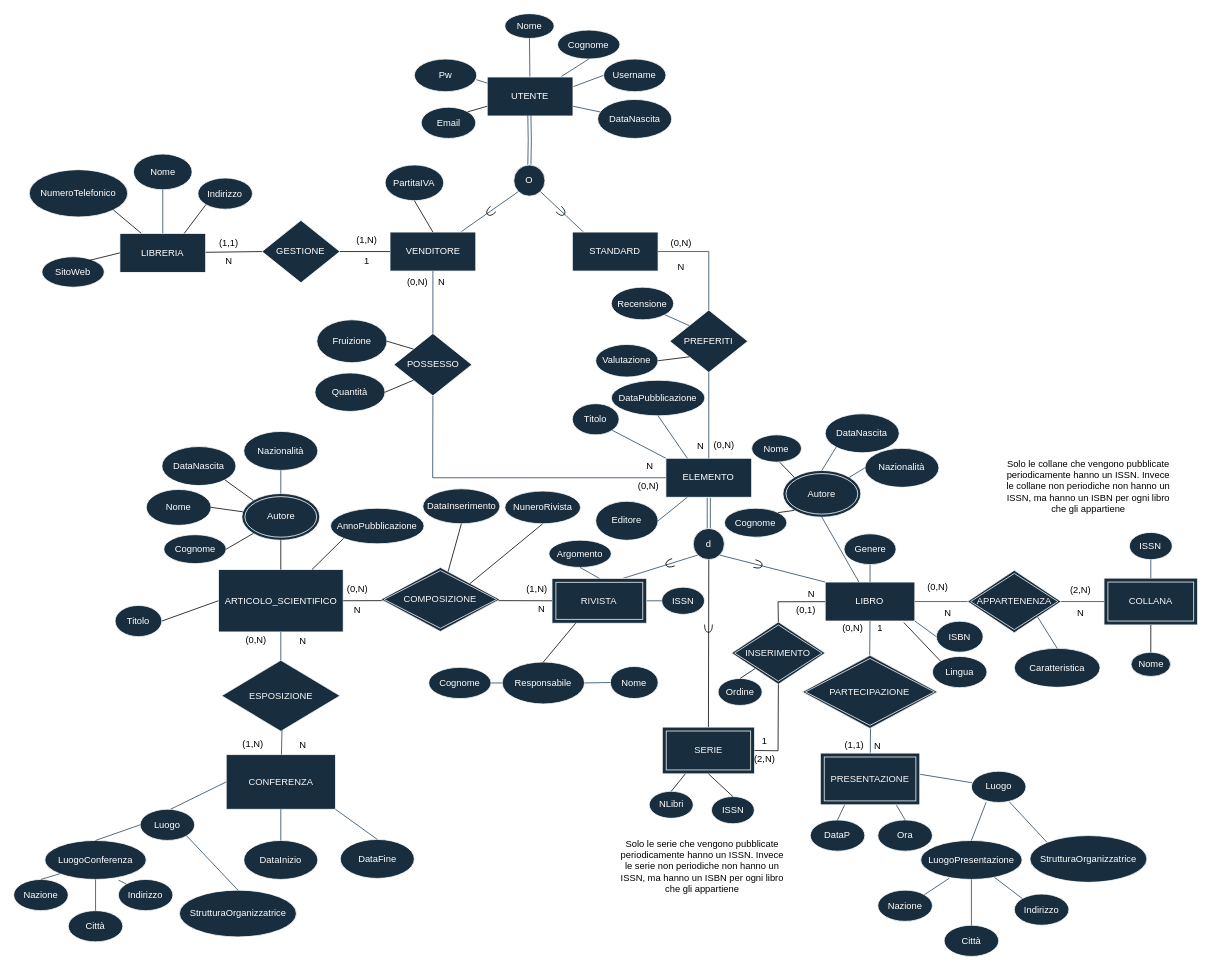
Earlier version of the draw.io diagram DiagrammaER v1.3.1.drawio (Giovk/Sistema-di-una-Bibleoteca-Digitale). Source tidied: cells renumbered, new cells numbered last; positions are measured from the earlier drawing's top-left corner, leaving out a move shared by most shapes. Both pictures are drawn from the tidied source at 78%, with x=0, y=0 at pixel (13, 13).
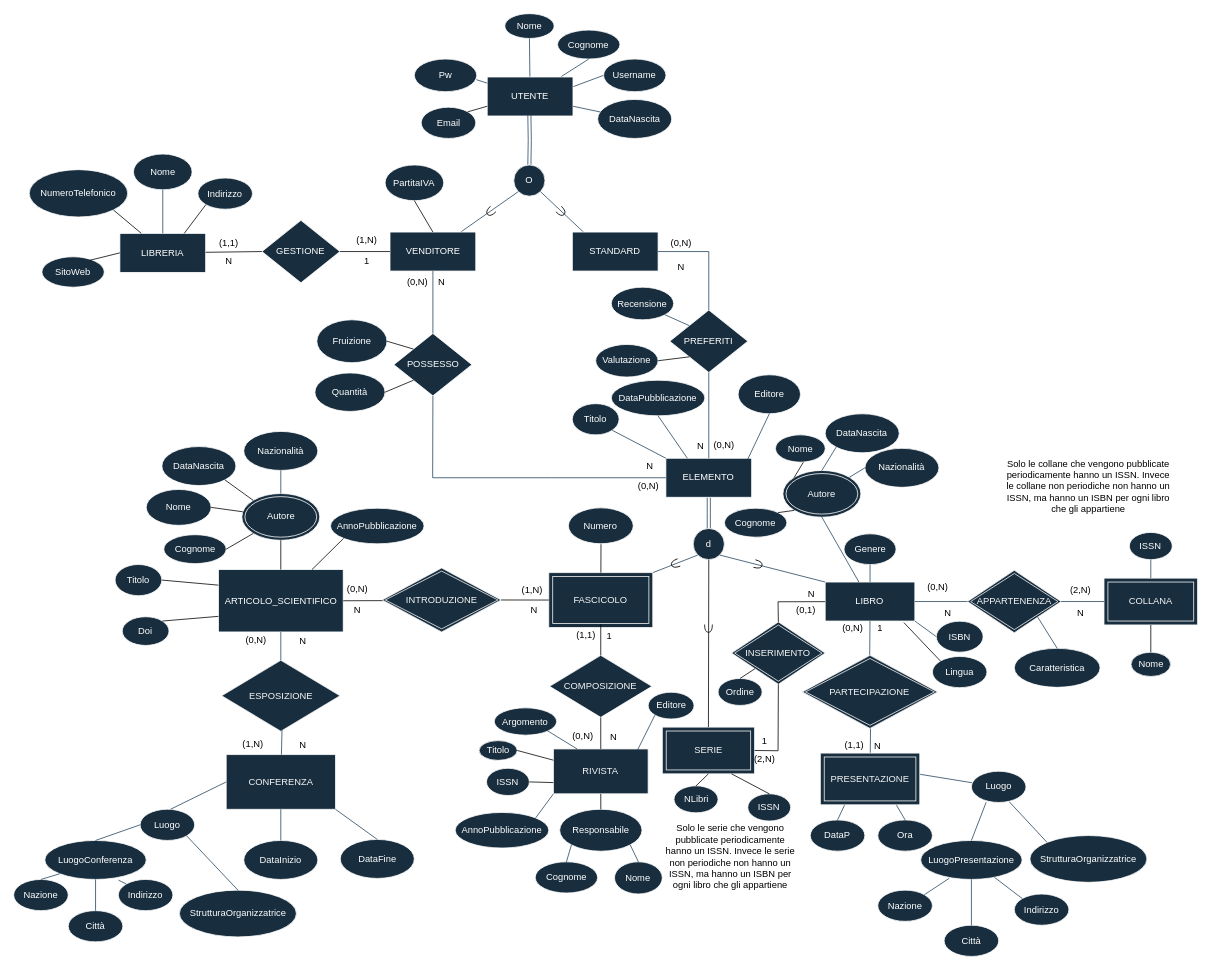
Above is the later version.

Unchanged cells that the change refers to:
```xml
<mxCell id="3" value="ELEMENTO" style="rounded=0;whiteSpace=wrap;html=1;fillColor=#182E3E;strokeColor=#FFFFFF;fontColor=#FFFFFF;" parent="1" vertex="1">
  <mxGeometry x="836.2" y="570" width="110" height="50" as="geometry" />
</mxCell>
<mxCell id="4" value="ARTICOLO_SCIENTIFICO" style="rounded=0;whiteSpace=wrap;html=1;fillColor=#182E3E;strokeColor=#FFFFFF;fontColor=#FFFFFF;" parent="1" vertex="1">
  <mxGeometry x="262.5" y="712.7" width="160" height="80" as="geometry" />
</mxCell>
<mxCell id="29" value="d" style="ellipse;whiteSpace=wrap;html=1;fillColor=#182E3E;strokeColor=#FFFFFF;fontColor=#FFFFFF;" parent="1" vertex="1">
  <mxGeometry x="871.2" y="660" width="40" height="40" as="geometry" />
</mxCell>
<mxCell id="99" value="POSSESSO" style="rhombus;whiteSpace=wrap;html=1;fillColor=#182E3E;strokeColor=#FFFFFF;fontColor=#FFFFFF;" parent="1" vertex="1">
  <mxGeometry x="487.5" y="410" width="100" height="80" as="geometry" />
</mxCell>
<mxCell id="103" value="(0,N)" style="text;html=1;strokeColor=none;fillColor=none;align=center;verticalAlign=middle;whiteSpace=wrap;rounded=0;fontColor=#000000;" parent="1" vertex="1">
  <mxGeometry x="881.2" y="518.6" width="60" height="70" as="geometry" />
</mxCell>
<mxCell id="157" value="SERIE" style="shape=ext;margin=3;double=1;whiteSpace=wrap;html=1;align=center;fillStyle=auto;strokeColor=#F5F5F5;fontColor=#F5F5F5;fillColor=#182E3E;" parent="1" vertex="1">
  <mxGeometry x="831.6" y="914.7" width="118.3" height="59.9" as="geometry" />
</mxCell>
```

The edit, as a diff of the source:
```diff
@@
     <mxCell id="16" value="Editore" style="ellipse;whiteSpace=wrap;html=1;fillColor=#182E3E;strokeColor=#FFFFFF;fontColor=#FFFFFF;" parent="1" vertex="1">
-      <mxGeometry x="746.2" y="625.2" width="80" height="50" as="geometry" />
+      <mxGeometry x="928.8" y="463" width="80" height="50" as="geometry" />
     </mxCell>
-    <mxCell id="17" style="endArrow=none;html=1;rounded=0;exitX=1;exitY=0.5;exitDx=0;exitDy=0;entryX=0.25;entryY=1;entryDx=0;entryDy=0;labelBackgroundColor=#FCE7CD;strokeColor=#23445D;" parent="1" edge="1" source="16" target="3">
+    <mxCell id="17" style="endArrow=none;html=1;rounded=0;exitX=0.5;exitY=1;exitDx=0;exitDy=0;entryX=1;entryY=0.75;entryDx=0;entryDy=0;labelBackgroundColor=#FCE7CD;strokeColor=#23445D;" parent="1" edge="1" source="16" target="103">
       <mxGeometry relative="1" as="geometry" />
     </mxCell>
@@
-    <mxCell id="31" style="endArrow=none;html=1;rounded=0;entryX=0;entryY=1;entryDx=0;entryDy=0;labelBackgroundColor=#FCE7CD;strokeColor=#23445D;exitX=0.75;exitY=0;exitDx=0;exitDy=0;" parent="1" edge="1" source="52" target="29">
+    <mxCell id="31" style="endArrow=none;html=1;rounded=0;entryX=0;entryY=1;entryDx=0;entryDy=0;labelBackgroundColor=#FCE7CD;strokeColor=#23445D;exitX=1;exitY=0;exitDx=0;exitDy=0;" parent="1" edge="1" source="210" target="29">
       <mxGeometry relative="1" as="geometry" />
     </mxCell>
@@
     <mxCell id="44" style="shape=requiredInterface;html=1;verticalLabelPosition=bottom;sketch=0;strokeColor=#000000;fontColor=#000000;fillColor=none;rotation=-200;" parent="1" vertex="1">
-      <mxGeometry x="836.2" y="700" width="10" height="10" as="geometry" />
+      <mxGeometry x="843.2" y="700.3" width="10" height="10" as="geometry" />
     </mxCell>
@@
-    <mxCell id="52" value="RIVISTA" style="shape=ext;margin=3;double=1;whiteSpace=wrap;html=1;align=center;fillStyle=auto;strokeColor=#F5F5F5;fontColor=#F5F5F5;fillColor=#182E3E;" parent="1" vertex="1">
-      <mxGeometry x="690.2" y="724" width="121.4" height="57.5" as="geometry" />
+    <mxCell id="52" value="RIVISTA" style="shape=ext;margin=3;whiteSpace=wrap;html=1;align=center;fillStyle=auto;strokeColor=#F5F5F5;fontColor=#F5F5F5;fillColor=#182E3E;" parent="1" vertex="1">
+      <mxGeometry x="692" y="942.7" width="121.4" height="57.5" as="geometry" />
     </mxCell>
@@
     <mxCell id="54" value="Argomento" style="ellipse;whiteSpace=wrap;html=1;fillColor=#182E3E;strokeColor=#FFFFFF;fontColor=#FFFFFF;" parent="1" vertex="1">
-      <mxGeometry x="686.2" y="675" width="80" height="35" as="geometry" />
+      <mxGeometry x="616.2" y="890" width="80" height="35" as="geometry" />
     </mxCell>
-    <mxCell id="55" style="endArrow=none;html=1;rounded=0;strokeColor=#23445D;fontColor=#000000;entryX=0.5;entryY=1;entryDx=0;entryDy=0;exitX=0.5;exitY=0;exitDx=0;exitDy=0;" parent="1" edge="1" source="52" target="54">
+    <mxCell id="55" style="endArrow=none;html=1;rounded=0;strokeColor=#23445D;fontColor=#000000;entryX=1;entryY=1;entryDx=0;entryDy=0;exitX=0.25;exitY=0;exitDx=0;exitDy=0;" parent="1" edge="1" source="52" target="54">
       <mxGeometry relative="1" as="geometry" />
     </mxCell>
     <mxCell id="56" value="Nome" style="ellipse;whiteSpace=wrap;html=1;fillColor=#182E3E;strokeColor=#FFFFFF;fontColor=#FFFFFF;" parent="1" vertex="1">
-      <mxGeometry x="765" y="836.9" width="61.3" height="41.2" as="geometry" />
+      <mxGeometry x="770.3" y="1087.4" width="61.3" height="41.2" as="geometry" />
     </mxCell>
     <mxCell id="57" value="Cognome" style="ellipse;whiteSpace=wrap;html=1;fillColor=#182E3E;strokeColor=#FFFFFF;fontColor=#FFFFFF;" parent="1" vertex="1">
-      <mxGeometry x="532.1" y="838.1" width="80" height="40" as="geometry" />
+      <mxGeometry x="668.7" y="1087.4" width="80" height="40" as="geometry" />
     </mxCell>
     <mxCell id="58" value="Responsabile" style="ellipse;whiteSpace=wrap;html=1;fillColor=#182E3E;strokeColor=#FFFFFF;fontColor=#FFFFFF;" parent="1" vertex="1">
-      <mxGeometry x="626.3" y="831.2" width="105.6" height="53.8" as="geometry" />
+      <mxGeometry x="700" y="1020" width="105.6" height="53.8" as="geometry" />
     </mxCell>
@@
-    <mxCell id="75" style="endArrow=none;html=1;rounded=0;strokeColor=#23445D;fontColor=#000000;entryX=1;entryY=0.5;entryDx=0;entryDy=0;exitX=0;exitY=0.5;exitDx=0;exitDy=0;" parent="1" edge="1" source="58" target="57">
+    <mxCell id="75" style="endArrow=none;html=1;rounded=0;strokeColor=#23445D;fontColor=#000000;entryX=0.5;entryY=0;entryDx=0;entryDy=0;exitX=0;exitY=1;exitDx=0;exitDy=0;" parent="1" edge="1" source="58" target="57">
       <mxGeometry relative="1" as="geometry" />
     </mxCell>
-    <mxCell id="76" style="endArrow=none;html=1;rounded=0;strokeColor=#23445D;fontColor=#000000;exitX=0;exitY=0.5;exitDx=0;exitDy=0;entryX=1;entryY=0.5;entryDx=0;entryDy=0;" parent="1" edge="1" source="56" target="58">
+    <mxCell id="76" style="endArrow=none;html=1;rounded=0;strokeColor=#23445D;fontColor=#000000;exitX=0.5;exitY=0;exitDx=0;exitDy=0;entryX=1;entryY=1;entryDx=0;entryDy=0;" parent="1" edge="1" source="56" target="58">
       <mxGeometry relative="1" as="geometry" />
     </mxCell>
@@
     <mxCell id="101" style="endArrow=none;html=1;rounded=0;strokeColor=#23445D;fontColor=#000000;exitX=0.5;exitY=1;exitDx=0;exitDy=0;entryX=0;entryY=0.5;entryDx=0;entryDy=0;" parent="1" edge="1" source="99" target="3">
       <mxGeometry relative="1" as="geometry">
         <Array as="points">
           <mxPoint x="537.2" y="595" />
+          <mxPoint x="690" y="595" />
         </Array>
       </mxGeometry>
     </mxCell>
@@
     <mxCell id="110" value="ISSN" style="ellipse;whiteSpace=wrap;html=1;fillColor=#182E3E;strokeColor=#FFFFFF;fontColor=#FFFFFF;" parent="1" vertex="1">
-      <mxGeometry x="830.8" y="735.3" width="55" height="34.9" as="geometry" />
+      <mxGeometry x="606.2" y="967.5" width="55" height="34.9" as="geometry" />
     </mxCell>
-    <mxCell id="111" style="endArrow=none;html=1;rounded=0;strokeColor=#23445D;fontColor=#000000;exitX=0;exitY=0.5;exitDx=0;exitDy=0;entryX=1;entryY=0.5;entryDx=0;entryDy=0;" parent="1" edge="1" source="110" target="52">
-      <mxGeometry relative="1" as="geometry" />
-    </mxCell>
@@
-    <mxCell id="135" style="endArrow=none;html=1;rounded=0;exitX=0;exitY=0.5;exitDx=0;exitDy=0;" parent="1" edge="1" source="52">
-      <mxGeometry relative="1" as="geometry">
-        <mxPoint x="605" y="752.5" as="targetPoint" />
-      </mxGeometry>
-    </mxCell>
@@
-    <mxCell id="152" value="(1,N)" style="text;html=1;strokeColor=none;fillColor=none;align=center;verticalAlign=middle;whiteSpace=wrap;rounded=0;fontColor=#000000;" parent="1" vertex="1">
-      <mxGeometry x="641.2" y="722.7" width="60" height="30" as="geometry" />
-    </mxCell>
-    <mxCell id="153" value="N" style="text;html=1;strokeColor=none;fillColor=none;align=center;verticalAlign=middle;whiteSpace=wrap;rounded=0;fontColor=#000000;" parent="1" vertex="1">
-      <mxGeometry x="647.1" y="748.7" width="60" height="30" as="geometry" />
-    </mxCell>
@@
-    <mxCell id="156" value="&lt;font color=&quot;#f5f5f5&quot;&gt;COMPOSIZIONE&lt;/font&gt;" style="shape=rhombus;double=1;perimeter=rhombusPerimeter;whiteSpace=wrap;html=1;align=center;fillColor=#182E3E;fillStyle=auto;strokeColor=#F5F5F5;" parent="1" vertex="1">
-      <mxGeometry x="470.9" y="710" width="152.4" height="82" as="geometry" />
+    <mxCell id="156" value="&lt;font color=&quot;#f5f5f5&quot;&gt;INTRODUZIONE&lt;/font&gt;" style="shape=rhombus;double=1;perimeter=rhombusPerimeter;whiteSpace=wrap;html=1;align=center;fillColor=#182E3E;fillStyle=auto;strokeColor=#F5F5F5;" parent="1" vertex="1">
+      <mxGeometry x="472.5" y="710.7" width="152.4" height="82" as="geometry" />
     </mxCell>
@@
     <mxCell id="168" value="NLibri" style="ellipse;whiteSpace=wrap;html=1;fillColor=#182E3E;strokeColor=#FFFFFF;fontColor=#FFFFFF;" parent="1" vertex="1">
-      <mxGeometry x="814.8" y="997" width="56.5" height="34.6" as="geometry" />
+      <mxGeometry x="846.6" y="990" width="56.5" height="34.6" as="geometry" />
     </mxCell>
-    <mxCell id="169" style="endArrow=none;html=1;rounded=0;exitX=0.5;exitY=0;exitDx=0;exitDy=0;entryX=0.25;entryY=1;entryDx=0;entryDy=0;" parent="1" edge="1" source="168" target="157">
+    <mxCell id="169" style="endArrow=none;html=1;rounded=0;exitX=0.5;exitY=0;exitDx=0;exitDy=0;entryX=0.5;entryY=1;entryDx=0;entryDy=0;" parent="1" edge="1" source="168" target="157">
       <mxGeometry relative="1" as="geometry" />
     </mxCell>
@@
-    <mxCell id="174" style="endArrow=none;html=1;rounded=0;entryX=0.25;entryY=1;entryDx=0;entryDy=0;exitX=0.5;exitY=0;exitDx=0;exitDy=0;" parent="1" edge="1" source="58" target="52">
+    <mxCell id="174" style="endArrow=none;html=1;rounded=0;entryX=0.5;entryY=1;entryDx=0;entryDy=0;exitX=0.5;exitY=0;exitDx=0;exitDy=0;" parent="1" edge="1" source="58" target="52">
       <mxGeometry relative="1" as="geometry" />
     </mxCell>
@@
     <mxCell id="180" value="Solo le serie che vengono pubblicate periodicamente hanno un ISSN. Invece le serie non periodiche non hanno un ISSN, ma hanno un ISBN per ogni libro che gli appartiene" style="text;html=1;strokeColor=none;fillColor=none;align=center;verticalAlign=middle;whiteSpace=wrap;rounded=0;" parent="1" vertex="1">
-      <mxGeometry x="772.9" y="1050" width="220" height="86" as="geometry" />
+      <mxGeometry x="831.6" y="1037.7" width="173.8" height="86" as="geometry" />
     </mxCell>
     <mxCell id="181" value="ISSN" style="ellipse;whiteSpace=wrap;html=1;fillColor=#182E3E;strokeColor=#FFFFFF;fontColor=#FFFFFF;" parent="1" vertex="1">
-      <mxGeometry x="894.6" y="1003.7" width="55" height="34.9" as="geometry" />
+      <mxGeometry x="941.2" y="1000.2" width="55" height="34.9" as="geometry" />
     </mxCell>
-    <mxCell id="182" style="endArrow=none;html=1;rounded=0;exitX=0.5;exitY=1;exitDx=0;exitDy=0;entryX=0.5;entryY=0;entryDx=0;entryDy=0;" parent="1" edge="1" source="157" target="181">
+    <mxCell id="182" style="endArrow=none;html=1;rounded=0;exitX=0.75;exitY=1;exitDx=0;exitDy=0;entryX=0.5;entryY=0;entryDx=0;entryDy=0;" parent="1" edge="1" source="157" target="181">
       <mxGeometry relative="1" as="geometry" />
     </mxCell>
@@
     <mxCell id="187" value="Nome" style="ellipse;whiteSpace=wrap;html=1;fillColor=#182E3E;strokeColor=#FFFFFF;fontColor=#FFFFFF;" parent="1" vertex="1">
-      <mxGeometry x="946.2" y="540" width="63.8" height="35" as="geometry" />
+      <mxGeometry x="976.7" y="540" width="63.8" height="35" as="geometry" />
     </mxCell>
@@
     <mxCell id="204" value="Titolo" style="ellipse;whiteSpace=wrap;html=1;fillColor=#182E3E;strokeColor=#FFFFFF;fontColor=#FFFFFF;" parent="1" vertex="1">
-      <mxGeometry x="130" y="758.7" width="60" height="40" as="geometry" />
+      <mxGeometry x="130" y="706.2" width="60" height="40" as="geometry" />
     </mxCell>
-    <mxCell id="205" style="endArrow=none;html=1;rounded=0;exitX=1;exitY=0.5;exitDx=0;exitDy=0;entryX=0;entryY=0.5;entryDx=0;entryDy=0;" parent="1" edge="1" source="204" target="4">
+    <mxCell id="205" style="endArrow=none;html=1;rounded=0;exitX=1;exitY=0.5;exitDx=0;exitDy=0;entryX=0;entryY=0.25;entryDx=0;entryDy=0;" parent="1" edge="1" source="204" target="4">
       <mxGeometry relative="1" as="geometry" />
     </mxCell>
-    <mxCell id="206" value="DataInserimento" style="ellipse;whiteSpace=wrap;html=1;fillColor=#182E3E;strokeColor=#FFFFFF;fontColor=#FFFFFF;" parent="1" vertex="1">
-      <mxGeometry x="524.6" y="609.2" width="98.8" height="44.8" as="geometry" />
-    </mxCell>
-    <mxCell id="207" value="NuneroRivista" style="ellipse;whiteSpace=wrap;html=1;fillColor=#182E3E;strokeColor=#FFFFFF;fontColor=#FFFFFF;" parent="1" vertex="1">
-      <mxGeometry x="629.7" y="612.1" width="97.1" height="41.9" as="geometry" />
-    </mxCell>
-    <mxCell id="208" style="endArrow=none;html=1;rounded=0;exitX=0.5;exitY=1;exitDx=0;exitDy=0;" parent="1" edge="1" source="206" target="156">
-      <mxGeometry relative="1" as="geometry" />
-    </mxCell>
-    <mxCell id="209" style="endArrow=none;html=1;rounded=0;exitX=1;exitY=0;exitDx=0;exitDy=0;entryX=0.5;entryY=1;entryDx=0;entryDy=0;" parent="1" edge="1" source="156" target="207">
-      <mxGeometry relative="1" as="geometry" />
-    </mxCell>
+    <mxCell id="210" value="FASCICOLO" style="shape=ext;margin=3;double=1;whiteSpace=wrap;html=1;align=center;fillStyle=auto;strokeColor=#F5F5F5;fontColor=#F5F5F5;fillColor=#182E3E;" parent="1" vertex="1">
+      <mxGeometry x="686.1" y="716.7" width="133.3" height="70.2" as="geometry" />
+    </mxCell>
+    <mxCell id="211" style="endArrow=none;html=1;rounded=0;entryX=0;entryY=0.5;entryDx=0;entryDy=0;exitX=1;exitY=0.5;exitDx=0;exitDy=0;" parent="1" edge="1" source="156" target="210">
+      <mxGeometry relative="1" as="geometry" />
+    </mxCell>
+    <mxCell id="152" value="(1,N)" style="text;html=1;strokeColor=none;fillColor=none;align=center;verticalAlign=middle;whiteSpace=wrap;rounded=0;fontColor=#000000;" parent="1" vertex="1">
+      <mxGeometry x="635" y="724.1" width="60" height="30" as="geometry" />
+    </mxCell>
+    <mxCell id="212" value="N" style="text;html=1;strokeColor=none;fillColor=none;align=center;verticalAlign=middle;whiteSpace=wrap;rounded=0;fontColor=#000000;" parent="1" vertex="1">
+      <mxGeometry x="651" y="751.3" width="33.1" height="27.2" as="geometry" />
+    </mxCell>
+    <mxCell id="213" style="endArrow=none;html=1;rounded=0;" parent="1" edge="1" source="210">
+      <mxGeometry relative="1" as="geometry">
+        <mxPoint x="753" y="680" as="targetPoint" />
+      </mxGeometry>
+    </mxCell>
+    <mxCell id="214" value="Numero" style="ellipse;whiteSpace=wrap;html=1;fillColor=#182E3E;strokeColor=#FFFFFF;fontColor=#FFFFFF;" parent="1" vertex="1">
+      <mxGeometry x="711.2" y="633.6" width="83.2" height="46" as="geometry" />
+    </mxCell>
+    <mxCell id="111" style="endArrow=none;html=1;rounded=0;entryX=0;entryY=0.75;entryDx=0;entryDy=0;exitX=1;exitY=0.5;exitDx=0;exitDy=0;" parent="1" edge="1" source="110" target="52">
+      <mxGeometry relative="1" as="geometry" />
+    </mxCell>
+    <mxCell id="215" value="&lt;font color=&quot;#f5f5f5&quot;&gt;COMPOSIZIONE&lt;/font&gt;" style="rhombus;whiteSpace=wrap;html=1;fillColor=#182E3E;strokeColor=#FFFFFF;fontColor=#FFFFFF;" parent="1" vertex="1">
+      <mxGeometry x="687.1" y="822.7" width="131.2" height="79.5" as="geometry" />
+    </mxCell>
+    <mxCell id="216" style="endArrow=none;html=1;rounded=0;entryX=0.5;entryY=1;entryDx=0;entryDy=0;" parent="1" edge="1" source="215">
+      <mxGeometry relative="1" as="geometry">
+        <mxPoint x="752.7" y="782.7" as="targetPoint" />
+      </mxGeometry>
+    </mxCell>
+    <mxCell id="217" style="endArrow=none;html=1;rounded=0;entryX=0.5;entryY=1;entryDx=0;entryDy=0;exitX=0.5;exitY=0;exitDx=0;exitDy=0;" parent="1" edge="1" source="52" target="215">
+      <mxGeometry relative="1" as="geometry" />
+    </mxCell>
+    <mxCell id="218" value="Doi" style="ellipse;whiteSpace=wrap;html=1;fillColor=#182E3E;strokeColor=#FFFFFF;fontColor=#FFFFFF;" parent="1" vertex="1">
+      <mxGeometry x="139.2" y="773.2" width="60" height="36.8" as="geometry" />
+    </mxCell>
+    <mxCell id="219" style="endArrow=none;html=1;rounded=0;exitX=1;exitY=0;exitDx=0;exitDy=0;entryX=0;entryY=0.75;entryDx=0;entryDy=0;" parent="1" edge="1" source="218" target="4">
+      <mxGeometry relative="1" as="geometry" />
+    </mxCell>
+    <mxCell id="220" value="1" style="text;html=1;strokeColor=none;fillColor=none;align=center;verticalAlign=middle;whiteSpace=wrap;rounded=0;fontColor=#000000;" parent="1" vertex="1">
+      <mxGeometry x="734.3" y="783.4" width="60" height="30" as="geometry" />
+    </mxCell>
+    <mxCell id="221" value="(1,1)" style="text;html=1;strokeColor=none;fillColor=none;align=center;verticalAlign=middle;whiteSpace=wrap;rounded=0;fontColor=#000000;" parent="1" vertex="1">
+      <mxGeometry x="704.3" y="782.4" width="60" height="30" as="geometry" />
+    </mxCell>
+    <mxCell id="222" value="(0,N)" style="text;html=1;strokeColor=none;fillColor=none;align=center;verticalAlign=middle;whiteSpace=wrap;rounded=0;fontColor=#000000;" parent="1" vertex="1">
+      <mxGeometry x="700" y="911.3" width="60" height="30" as="geometry" />
+    </mxCell>
+    <mxCell id="223" value="N" style="text;html=1;strokeColor=none;fillColor=none;align=center;verticalAlign=middle;whiteSpace=wrap;rounded=0;fontColor=#000000;" parent="1" vertex="1">
+      <mxGeometry x="753.2" y="914" width="33.1" height="27.2" as="geometry" />
+    </mxCell>
+    <mxCell id="224" value="Titolo" style="ellipse;whiteSpace=wrap;html=1;fillColor=#182E3E;strokeColor=#FFFFFF;fontColor=#FFFFFF;" parent="1" vertex="1">
+      <mxGeometry x="596.7" y="932" width="49" height="25.3" as="geometry" />
+    </mxCell>
+    <mxCell id="225" style="endArrow=none;html=1;rounded=0;entryX=1;entryY=0.5;entryDx=0;entryDy=0;exitX=0;exitY=0.25;exitDx=0;exitDy=0;" parent="1" edge="1" source="52" target="224">
+      <mxGeometry relative="1" as="geometry" />
+    </mxCell>
+    <mxCell id="226" value="AnnoPubblicazione" style="ellipse;whiteSpace=wrap;html=1;fillColor=#182E3E;strokeColor=#FFFFFF;fontColor=#FFFFFF;" parent="1" vertex="1">
+      <mxGeometry x="566.1" y="1024.1" width="120" height="45.6" as="geometry" />
+    </mxCell>
+    <mxCell id="227" style="endArrow=none;html=1;rounded=0;labelBackgroundColor=#FCE7CD;strokeColor=#23445D;exitX=0;exitY=1;exitDx=0;exitDy=0;entryX=1;entryY=0;entryDx=0;entryDy=0;" parent="1" edge="1" source="52" target="226">
+      <mxGeometry relative="1" as="geometry" />
+    </mxCell>
+    <mxCell id="228" value="Editore" style="ellipse;whiteSpace=wrap;html=1;fillColor=#182E3E;strokeColor=#FFFFFF;fontColor=#FFFFFF;" parent="1" vertex="1">
+      <mxGeometry x="813.5" y="870" width="58.8" height="34.3" as="geometry" />
+    </mxCell>
+    <mxCell id="229" style="endArrow=none;html=1;rounded=0;labelBackgroundColor=#FCE7CD;strokeColor=#23445D;exitX=0;exitY=1;exitDx=0;exitDy=0;entryX=0.889;entryY=0.022;entryDx=0;entryDy=0;entryPerimeter=0;" parent="1" edge="1" source="228" target="52">
+      <mxGeometry relative="1" as="geometry" />
+    </mxCell>
```
